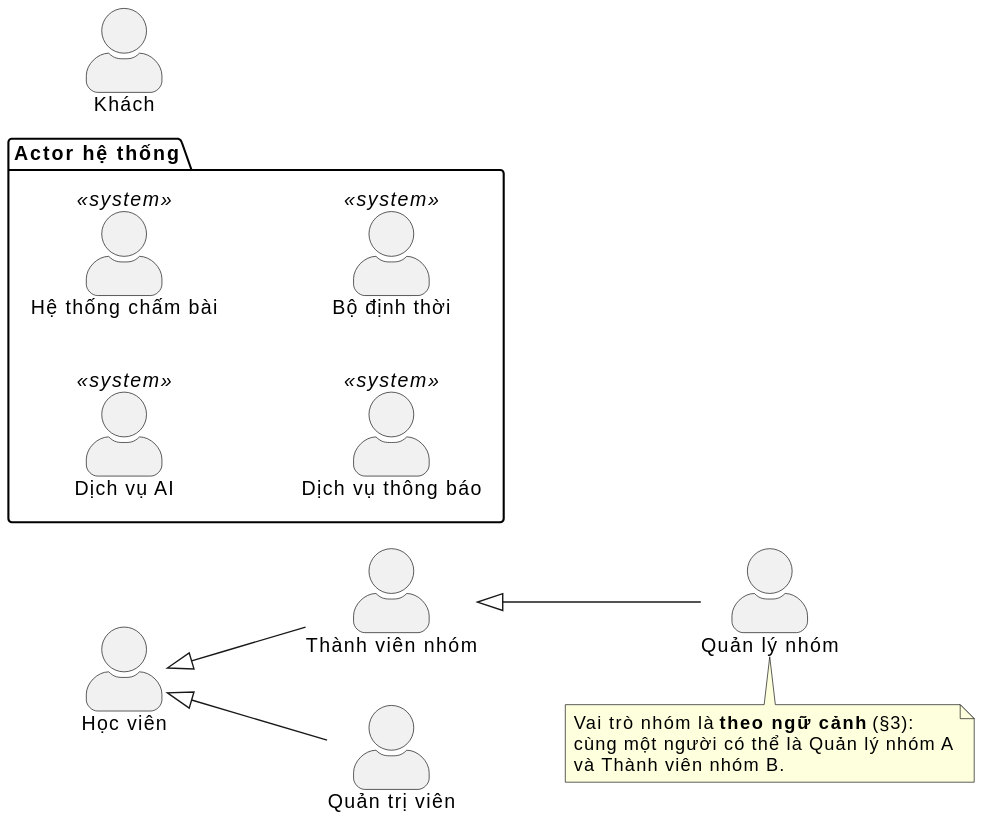
Above: docs/diagrams/actor-hierarchy.svg in codementor-official/codementor-infra (PlantUML), before the change.
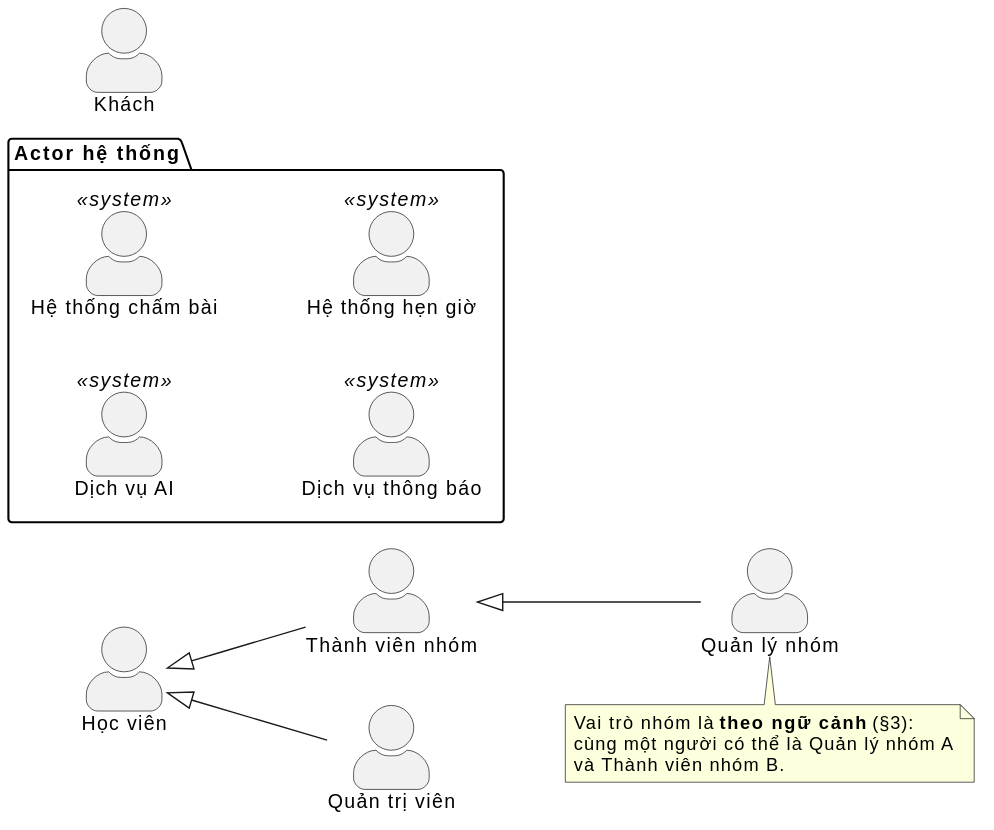
Later version of the same file.

Diff of the diagram source:
```diff
@@ -16,7 +16,7 @@
   actor "Dịch vụ AI" as AI <<system>>
   actor "Hệ thống chấm bài" as Judge <<system>>
   actor "Dịch vụ thông báo" as Notify <<system>>
-  actor "Bộ định thời" as Timer <<system>>
+  actor "Hệ thống hẹn giờ" as Timer <<system>>
 }
 
 note bottom of GManager
```
